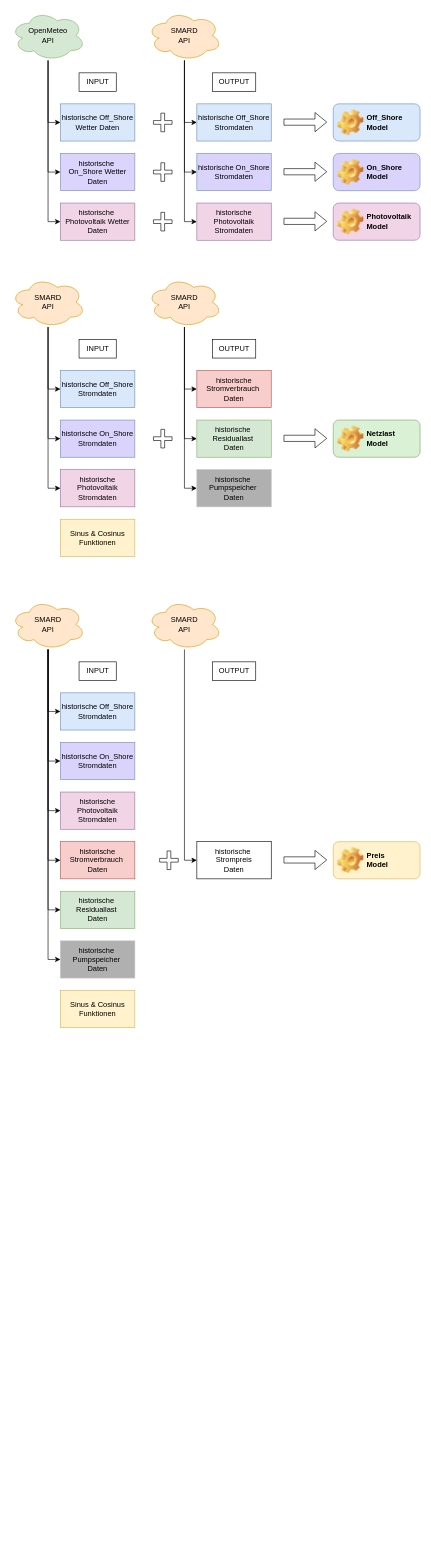
Before: Modelle_Graphik.drawio in LeonidasMeurer/Strom_KI, a draw.io diagram. Source tidied: cells renumbered, new cells numbered last; positions are measured from the earlier drawing's top-left corner, leaving out a move shared by most shapes. Both pictures are drawn from the tidied source at 62%, with x=0, y=0 at pixel (11, 11).
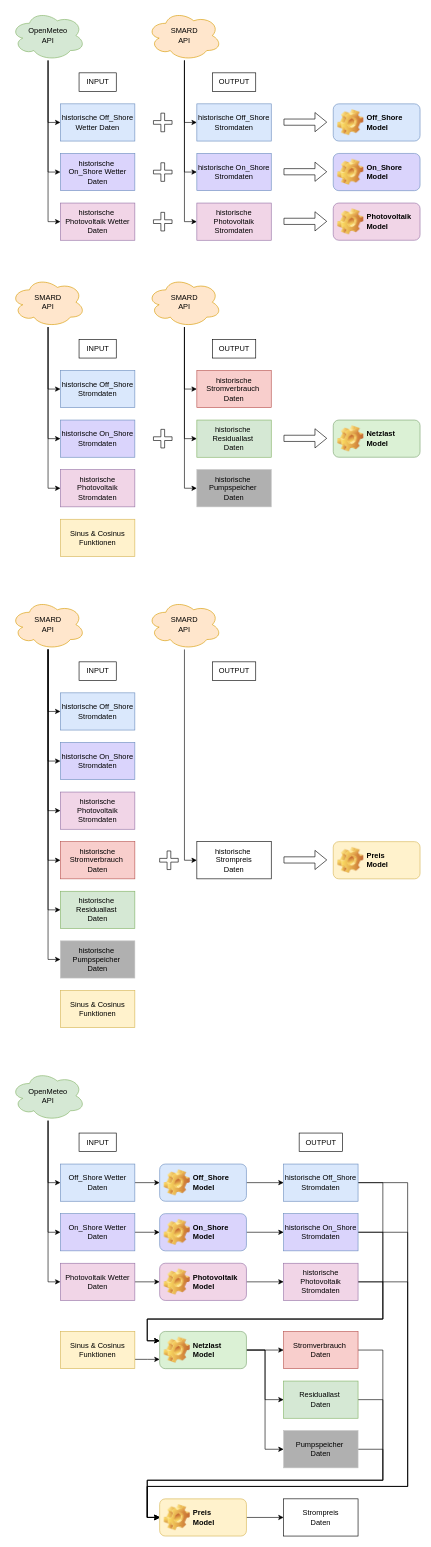
The same diagram, later.

What changed in the source:
```diff
@@
+    <mxCell id="69" style="edgeStyle=orthogonalEdgeStyle;rounded=0;jettySize=auto;html=1;entryX=0;entryY=0.5;entryDx=0;entryDy=0;" parent="1" edge="1" source="72" target="74">
+      <mxGeometry relative="1" as="geometry" />
+    </mxCell>
+    <mxCell id="70" style="edgeStyle=orthogonalEdgeStyle;rounded=0;jettySize=auto;html=1;entryX=0;entryY=0.5;entryDx=0;entryDy=0;" parent="1" edge="1" source="72" target="76">
+      <mxGeometry relative="1" as="geometry" />
+    </mxCell>
+    <mxCell id="71" style="edgeStyle=orthogonalEdgeStyle;rounded=0;jettySize=auto;html=1;entryX=0;entryY=0.5;entryDx=0;entryDy=0;" parent="1" edge="1" source="72" target="78">
+      <mxGeometry relative="1" as="geometry" />
+    </mxCell>
+    <mxCell id="72" value="OpenMeteo&lt;br&gt;API" style="ellipse;shape=cloud;whiteSpace=wrap;html=1;fillColor=#d5e8d4;fillStyle=auto;strokeColor=#82b366;" parent="1" vertex="1">
+      <mxGeometry y="1710" width="120" height="80" as="geometry" />
+    </mxCell>
+    <mxCell id="73" style="edgeStyle=orthogonalEdgeStyle;rounded=0;jettySize=auto;html=1;entryX=0;entryY=0.5;entryDx=0;entryDy=0;" parent="1" edge="1" source="74" target="81">
+      <mxGeometry relative="1" as="geometry" />
+    </mxCell>
+    <mxCell id="74" value="Off_Shore Wetter Daten" style="rounded=0;whiteSpace=wrap;html=1;fillColor=#dae8fc;strokeColor=#6c8ebf;" parent="1" vertex="1">
+      <mxGeometry x="80" y="1860" width="120" height="60" as="geometry" />
+    </mxCell>
+    <mxCell id="75" style="edgeStyle=orthogonalEdgeStyle;rounded=0;jettySize=auto;html=1;" parent="1" edge="1" source="76" target="83">
+      <mxGeometry relative="1" as="geometry" />
+    </mxCell>
+    <mxCell id="76" value="On_Shore Wetter Daten" style="rounded=0;whiteSpace=wrap;html=1;fillColor=#dbd4fc;strokeColor=#6c8ebf;" parent="1" vertex="1">
+      <mxGeometry x="80" y="1940" width="120" height="60" as="geometry" />
+    </mxCell>
+    <mxCell id="77" style="edgeStyle=orthogonalEdgeStyle;rounded=0;jettySize=auto;html=1;" parent="1" edge="1" source="78" target="85">
+      <mxGeometry relative="1" as="geometry" />
+    </mxCell>
+    <mxCell id="78" value="Photovoltaik Wetter Daten" style="rounded=0;whiteSpace=wrap;html=1;fillColor=#f1d5e7;strokeColor=#9673a6;" parent="1" vertex="1">
+      <mxGeometry x="80" y="2020" width="120" height="60" as="geometry" />
+    </mxCell>
+    <mxCell id="79" value="INPUT" style="text;html=1;align=center;verticalAlign=middle;strokeColor=default;" parent="1" vertex="1">
+      <mxGeometry x="110" y="1810" width="60" height="30" as="geometry" />
+    </mxCell>
+    <mxCell id="80" style="edgeStyle=orthogonalEdgeStyle;rounded=0;jettySize=auto;html=1;entryX=0;entryY=0.5;entryDx=0;entryDy=0;" parent="1" edge="1" source="81" target="88">
+      <mxGeometry relative="1" as="geometry" />
+    </mxCell>
+    <mxCell id="81" value="Off_Shore Model" style="label;whiteSpace=wrap;html=1;image=img/clipart/Gear_128x128.png;fillColor=#dae8fc;strokeColor=#6c8ebf;" parent="1" vertex="1">
+      <mxGeometry x="240" y="1860" width="140" height="60" as="geometry" />
+    </mxCell>
+    <mxCell id="82" style="edgeStyle=orthogonalEdgeStyle;rounded=0;jettySize=auto;html=1;entryX=0;entryY=0.5;entryDx=0;entryDy=0;" parent="1" edge="1" source="83" target="91">
+      <mxGeometry relative="1" as="geometry" />
+    </mxCell>
+    <mxCell id="83" value="On_Shore Model" style="label;whiteSpace=wrap;html=1;image=img/clipart/Gear_128x128.png;fillColor=#dad4fc;strokeColor=#6c8ebf;" parent="1" vertex="1">
+      <mxGeometry x="240" y="1940" width="140" height="60" as="geometry" />
+    </mxCell>
+    <mxCell id="84" style="edgeStyle=orthogonalEdgeStyle;rounded=0;jettySize=auto;html=1;entryX=0;entryY=0.5;entryDx=0;entryDy=0;" parent="1" edge="1" source="85" target="94">
+      <mxGeometry relative="1" as="geometry" />
+    </mxCell>
+    <mxCell id="85" value="Photovoltaik Model" style="label;whiteSpace=wrap;html=1;image=img/clipart/Gear_128x128.png;fillColor=#f1d5e7;strokeColor=#9673a6;" parent="1" vertex="1">
+      <mxGeometry x="240" y="2020" width="140" height="60" as="geometry" />
+    </mxCell>
+    <mxCell id="86" style="edgeStyle=orthogonalEdgeStyle;rounded=0;jettySize=auto;html=1;entryX=0;entryY=0.25;entryDx=0;entryDy=0;exitX=1;exitY=0.5;exitDx=0;exitDy=0;" parent="1" edge="1" source="88" target="99">
+      <mxGeometry relative="1" as="geometry">
+        <Array as="points">
+          <mxPoint x="600" y="1890" />
+          <mxPoint x="600" y="2110" />
+          <mxPoint x="220" y="2110" />
+          <mxPoint x="220" y="2145" />
+        </Array>
+      </mxGeometry>
+    </mxCell>
+    <mxCell id="87" style="edgeStyle=orthogonalEdgeStyle;rounded=0;jettySize=auto;html=1;entryX=0;entryY=0.5;entryDx=0;entryDy=0;" parent="1" edge="1" source="88" target="109">
+      <mxGeometry relative="1" as="geometry">
+        <Array as="points">
+          <mxPoint x="640" y="1890" />
+          <mxPoint x="640" y="2380" />
+          <mxPoint x="220" y="2380" />
+          <mxPoint x="220" y="2430" />
+        </Array>
+      </mxGeometry>
+    </mxCell>
+    <mxCell id="88" value="historische Off_Shore Stromdaten" style="rounded=0;whiteSpace=wrap;html=1;fillColor=#dae8fc;strokeColor=#6c8ebf;" parent="1" vertex="1">
+      <mxGeometry x="440" y="1860" width="120" height="60" as="geometry" />
+    </mxCell>
+    <mxCell id="89" style="edgeStyle=orthogonalEdgeStyle;rounded=0;jettySize=auto;html=1;entryX=0;entryY=0.25;entryDx=0;entryDy=0;" parent="1" edge="1" source="91" target="99">
+      <mxGeometry relative="1" as="geometry">
+        <Array as="points">
+          <mxPoint x="600" y="1970" />
+          <mxPoint x="600" y="2110" />
+          <mxPoint x="220" y="2110" />
+          <mxPoint x="220" y="2145" />
+        </Array>
+      </mxGeometry>
+    </mxCell>
+    <mxCell id="90" style="edgeStyle=orthogonalEdgeStyle;rounded=0;jettySize=auto;html=1;entryX=0;entryY=0.5;entryDx=0;entryDy=0;" parent="1" edge="1" source="91" target="109">
+      <mxGeometry relative="1" as="geometry">
+        <Array as="points">
+          <mxPoint x="640" y="1970" />
+          <mxPoint x="640" y="2380" />
+          <mxPoint x="220" y="2380" />
+          <mxPoint x="220" y="2430" />
+        </Array>
+      </mxGeometry>
+    </mxCell>
+    <mxCell id="91" value="historische On_Shore Stromdaten" style="rounded=0;whiteSpace=wrap;html=1;fillColor=#dad4fc;strokeColor=#6c8ebf;" parent="1" vertex="1">
+      <mxGeometry x="440" y="1940" width="120" height="60" as="geometry" />
+    </mxCell>
+    <mxCell id="92" style="edgeStyle=orthogonalEdgeStyle;rounded=0;jettySize=auto;html=1;entryX=0;entryY=0.25;entryDx=0;entryDy=0;" parent="1" edge="1" source="94" target="99">
+      <mxGeometry relative="1" as="geometry">
+        <Array as="points">
+          <mxPoint x="600" y="2050" />
+          <mxPoint x="600" y="2110" />
+          <mxPoint x="220" y="2110" />
+          <mxPoint x="220" y="2145" />
+        </Array>
+      </mxGeometry>
+    </mxCell>
+    <mxCell id="93" style="edgeStyle=orthogonalEdgeStyle;rounded=0;jettySize=auto;html=1;entryX=0;entryY=0.5;entryDx=0;entryDy=0;" parent="1" edge="1" source="94" target="109">
+      <mxGeometry relative="1" as="geometry">
+        <Array as="points">
+          <mxPoint x="640" y="2050" />
+          <mxPoint x="640" y="2380" />
+          <mxPoint x="220" y="2380" />
+          <mxPoint x="220" y="2430" />
+        </Array>
+      </mxGeometry>
+    </mxCell>
+    <mxCell id="94" value="historische Photovoltaik Stromdaten" style="rounded=0;whiteSpace=wrap;html=1;fillColor=#f1d5e7;strokeColor=#9673a6;" parent="1" vertex="1">
+      <mxGeometry x="440" y="2020" width="120" height="60" as="geometry" />
+    </mxCell>
+    <mxCell id="95" value="OUTPUT" style="text;html=1;align=center;verticalAlign=middle;strokeColor=default;fillColor=none;" parent="1" vertex="1">
+      <mxGeometry x="465" y="1810" width="70" height="30" as="geometry" />
+    </mxCell>
+    <mxCell id="96" style="edgeStyle=orthogonalEdgeStyle;rounded=0;jettySize=auto;html=1;entryX=0;entryY=0.5;entryDx=0;entryDy=0;" parent="1" edge="1" source="99" target="103">
+      <mxGeometry relative="1" as="geometry" />
+    </mxCell>
+    <mxCell id="97" style="edgeStyle=orthogonalEdgeStyle;rounded=0;jettySize=auto;html=1;entryX=0;entryY=0.5;entryDx=0;entryDy=0;" parent="1" edge="1" source="99" target="105">
+      <mxGeometry relative="1" as="geometry" />
+    </mxCell>
+    <mxCell id="98" style="edgeStyle=orthogonalEdgeStyle;rounded=0;jettySize=auto;html=1;entryX=0;entryY=0.5;entryDx=0;entryDy=0;" parent="1" edge="1" source="99" target="107">
+      <mxGeometry relative="1" as="geometry" />
+    </mxCell>
+    <mxCell id="99" value="Netzlast&lt;br&gt;Model" style="label;whiteSpace=wrap;html=1;image=img/clipart/Gear_128x128.png;fillColor=#dbf1d5;strokeColor=#7ea573;" parent="1" vertex="1">
+      <mxGeometry x="240" y="2130" width="140" height="60" as="geometry" />
+    </mxCell>
+    <mxCell id="100" style="edgeStyle=orthogonalEdgeStyle;rounded=0;jettySize=auto;html=1;entryX=0;entryY=0.75;entryDx=0;entryDy=0;" parent="1" edge="1" source="101" target="99">
+      <mxGeometry relative="1" as="geometry">
+        <Array as="points">
+          <mxPoint x="220" y="2175" />
+          <mxPoint x="220" y="2175" />
+        </Array>
+      </mxGeometry>
+    </mxCell>
+    <mxCell id="101" value="Sinus &amp;amp; Cosinus&lt;br&gt;Funktionen" style="rounded=0;whiteSpace=wrap;html=1;fillColor=#fff2cc;strokeColor=#d6b656;" parent="1" vertex="1">
+      <mxGeometry x="80" y="2130" width="120" height="60" as="geometry" />
+    </mxCell>
+    <mxCell id="102" style="edgeStyle=orthogonalEdgeStyle;rounded=0;jettySize=auto;html=1;entryX=0;entryY=0.5;entryDx=0;entryDy=0;" parent="1" edge="1" source="103" target="109">
+      <mxGeometry relative="1" as="geometry">
+        <Array as="points">
+          <mxPoint x="600" y="2160" />
+          <mxPoint x="600" y="2370" />
+          <mxPoint x="220" y="2370" />
+          <mxPoint x="220" y="2430" />
+        </Array>
+      </mxGeometry>
+    </mxCell>
+    <mxCell id="103" value="Stromverbrauch&amp;nbsp;&lt;br&gt;Daten" style="rounded=0;whiteSpace=wrap;html=1;fillColor=#f8cecc;strokeColor=#b85450;" parent="1" vertex="1">
+      <mxGeometry x="440" y="2130" width="120" height="60" as="geometry" />
+    </mxCell>
+    <mxCell id="104" style="edgeStyle=orthogonalEdgeStyle;rounded=0;jettySize=auto;html=1;entryX=0;entryY=0.5;entryDx=0;entryDy=0;" parent="1" edge="1" source="105" target="109">
+      <mxGeometry relative="1" as="geometry">
+        <Array as="points">
+          <mxPoint x="600" y="2240" />
+          <mxPoint x="600" y="2370" />
+          <mxPoint x="220" y="2370" />
+          <mxPoint x="220" y="2430" />
+        </Array>
+      </mxGeometry>
+    </mxCell>
+    <mxCell id="105" value="Residuallast&lt;span style=&quot;background-color: initial;&quot;&gt;&amp;nbsp;&lt;br&gt;Daten&lt;/span&gt;" style="rounded=0;whiteSpace=wrap;html=1;fillColor=#d5e8d4;strokeColor=#82b366;" parent="1" vertex="1">
+      <mxGeometry x="440" y="2210" width="120" height="60" as="geometry" />
+    </mxCell>
+    <mxCell id="106" style="edgeStyle=orthogonalEdgeStyle;rounded=0;jettySize=auto;html=1;entryX=0;entryY=0.5;entryDx=0;entryDy=0;" parent="1" edge="1" source="107" target="109">
+      <mxGeometry relative="1" as="geometry">
+        <Array as="points">
+          <mxPoint x="600" y="2320" />
+          <mxPoint x="600" y="2370" />
+          <mxPoint x="220" y="2370" />
+          <mxPoint x="220" y="2430" />
+        </Array>
+      </mxGeometry>
+    </mxCell>
+    <mxCell id="107" value="Pumpspeicher&amp;nbsp;&lt;br&gt;&lt;span style=&quot;background-color: initial;&quot;&gt;Daten&lt;/span&gt;" style="rounded=0;whiteSpace=wrap;html=1;fillColor=#B0B0B0;strokeColor=#c2c2c2;" parent="1" vertex="1">
+      <mxGeometry x="440" y="2290" width="120" height="60" as="geometry" />
+    </mxCell>
+    <mxCell id="108" style="edgeStyle=orthogonalEdgeStyle;rounded=0;jettySize=auto;html=1;" parent="1" edge="1" source="109" target="110">
+      <mxGeometry relative="1" as="geometry" />
+    </mxCell>
+    <mxCell id="109" value="Preis&lt;br&gt;Model" style="label;whiteSpace=wrap;html=1;image=img/clipart/Gear_128x128.png;fillColor=#fff2cc;strokeColor=#d6b656;" parent="1" vertex="1">
+      <mxGeometry x="240" y="2400" width="140" height="60" as="geometry" />
+    </mxCell>
+    <mxCell id="110" value="Strompreis&lt;br&gt;&lt;span style=&quot;background-color: initial;&quot;&gt;Daten&lt;/span&gt;" style="rounded=0;whiteSpace=wrap;html=1;" parent="1" vertex="1">
+      <mxGeometry x="440" y="2400" width="120" height="60" as="geometry" />
+    </mxCell>
```
